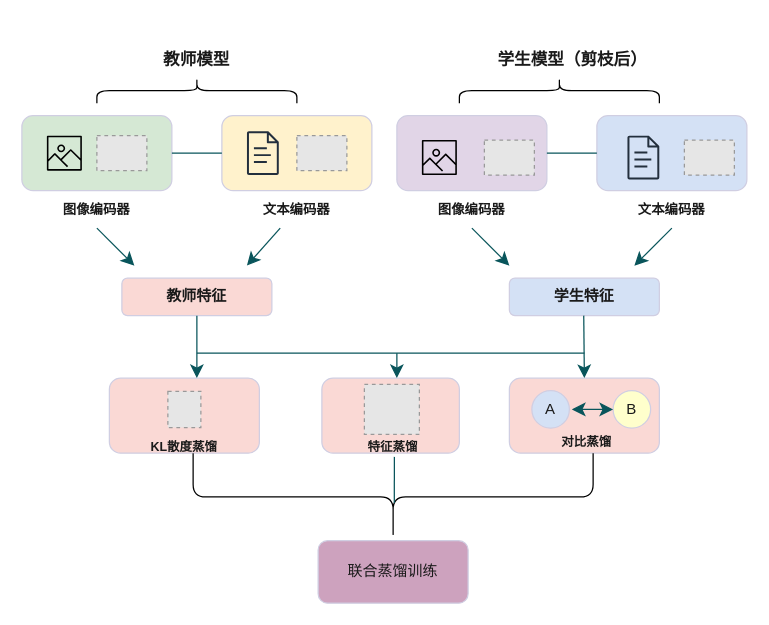
This is page "第 3 页" (3 of 4) of 未命名绘图.drawio from luailezhihang/people-machine2, a draw.io file, before an edit. Source tidied: cells renumbered, new cells numbered last; positions are measured from the earlier drawing's top-left corner, leaving out a move shared by most shapes. Both pictures are drawn from the tidied source at 125%, with x=0, y=0 at pixel (21, 40). Pictures stored in the file or linked from it are replaced by grey dashed boxes.
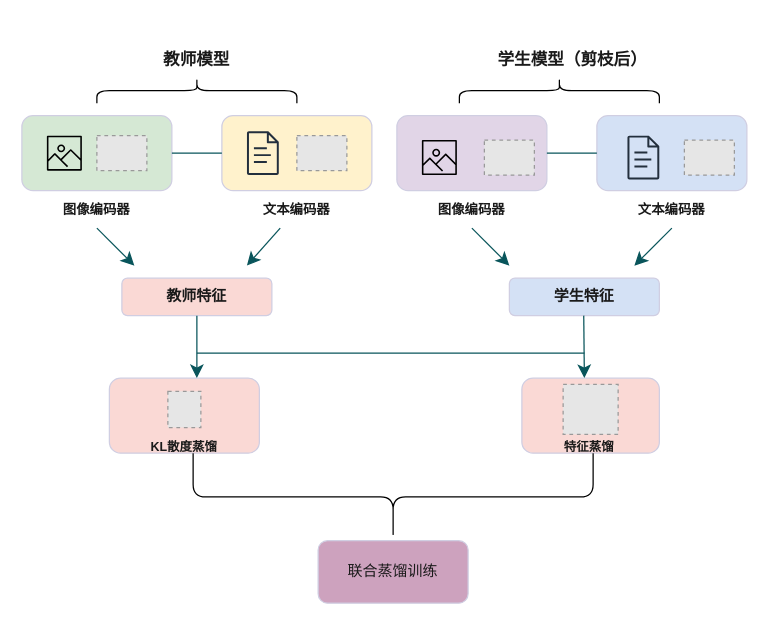
After the change.

Unchanged cells that the change refers to:
```xml
<mxCell id="37" style="shape=curlyBracket;whiteSpace=wrap;html=1;rounded=1;labelPosition=left;verticalLabelPosition=middle;align=right;verticalAlign=middle;strokeColor=#000000;fontColor=#1A1A1A;fillColor=#FAD9D5;direction=north;" parent="1" vertex="1">
  <mxGeometry x="137" y="330" width="320" height="70" as="geometry" />
</mxCell>
```

Change to the diagram source:
```diff
@@
     <mxCell id="31" value="&lt;span style=&quot;color: rgba(0, 0, 0, 0); font-family: monospace; font-size: 0px; text-align: start; text-wrap-mode: nowrap;&quot;&gt;特征蒸馏&lt;/span&gt;" style="rounded=1;whiteSpace=wrap;html=1;strokeColor=#D0CEE2;fontColor=#1A1A1A;fillColor=#FAD9D5;" parent="1" vertex="1">
-      <mxGeometry x="240" y="270" width="110" height="60" as="geometry" />
+      <mxGeometry x="400" y="270" width="110" height="60" as="geometry" />
     </mxCell>
-    <mxCell id="32" style="rounded=1;whiteSpace=wrap;html=1;strokeColor=#D0CEE2;fontColor=#1A1A1A;fillColor=#FAD9D5;" parent="1" vertex="1">
-      <mxGeometry x="390" y="270" width="120" height="60" as="geometry" />
-    </mxCell>
@@
-    <mxCell id="36" style="endArrow=classic;html=1;rounded=0;strokeColor=#09555B;fontSize=12;fontColor=#1A1A1A;startSize=8;endSize=8;curved=1;" parent="1" edge="1">
-      <mxGeometry relative="1" as="geometry">
-        <mxPoint x="300" y="250" as="sourcePoint" />
-        <mxPoint x="300" y="270" as="targetPoint" />
-      </mxGeometry>
-    </mxCell>
@@
-    <mxCell id="38" style="endArrow=none;html=1;rounded=0;strokeColor=#09555B;fontSize=12;fontColor=#1A1A1A;startSize=8;endSize=8;curved=1;entryX=0.429;entryY=0.503;entryDx=0;entryDy=0;entryPerimeter=0;" parent="1" edge="1" target="37">
-      <mxGeometry relative="1" as="geometry">
-        <mxPoint x="298" y="333" as="sourcePoint" />
-      </mxGeometry>
-    </mxCell>
@@
-    <mxCell id="40" value="&lt;h6 style=&quot;text-align: center;&quot;&gt;&lt;font style=&quot;font-size: 10px;&quot;&gt;对比蒸馏&lt;/font&gt;&lt;/h6&gt;" style="text;whiteSpace=wrap;html=1;fontColor=#1A1A1A;" parent="1" vertex="1">
-      <mxGeometry x="430" y="290" width="88" height="20" as="geometry" />
-    </mxCell>
-    <mxCell id="41" value="A" style="ellipse;whiteSpace=wrap;html=1;strokeColor=#D0CEE2;fontColor=#1A1A1A;fillColor=#D4E1F5;" parent="1" vertex="1">
-      <mxGeometry x="408" y="280" width="30" height="30" as="geometry" />
-    </mxCell>
-    <mxCell id="42" value="B" style="ellipse;whiteSpace=wrap;html=1;strokeColor=#D0CEE2;fontColor=#1A1A1A;fillColor=#FFFFCC;" parent="1" vertex="1">
-      <mxGeometry x="473" y="280" width="30" height="30" as="geometry" />
-    </mxCell>
-    <mxCell id="43" style="endArrow=classic;startArrow=classic;html=1;rounded=0;strokeColor=#09555B;fontSize=12;fontColor=#1A1A1A;startSize=8;endSize=8;curved=1;entryX=0;entryY=0.5;entryDx=0;entryDy=0;" parent="1" edge="1" target="42">
-      <mxGeometry relative="1" as="geometry">
-        <mxPoint x="440" y="295" as="sourcePoint" />
-      </mxGeometry>
-    </mxCell>
     <mxCell id="44" value="&lt;h6&gt;&lt;font style=&quot;font-size: 10px;&quot;&gt;特征蒸馏&lt;/font&gt;&lt;/h6&gt;" style="text;html=1;whiteSpace=wrap;strokeColor=none;fillColor=none;align=center;verticalAlign=middle;rounded=0;fontSize=16;fontColor=#1A1A1A;" parent="1" vertex="1">
-      <mxGeometry x="267" y="310" width="60" height="30" as="geometry" />
+      <mxGeometry x="424.4" y="309.5" width="60" height="30" as="geometry" />
     </mxCell>
@@
     <mxCell id="47" style="fillColor=#E6E6E6;strokeColor=#999999;dashed=1;verticalLabelPosition=bottom;labelBackgroundColor=default;verticalAlign=top;" parent="1" vertex="1">
-      <mxGeometry x="274" y="275" width="44" height="40" as="geometry" />
+      <mxGeometry x="433" y="275" width="44" height="40" as="geometry" />
     </mxCell>
```
